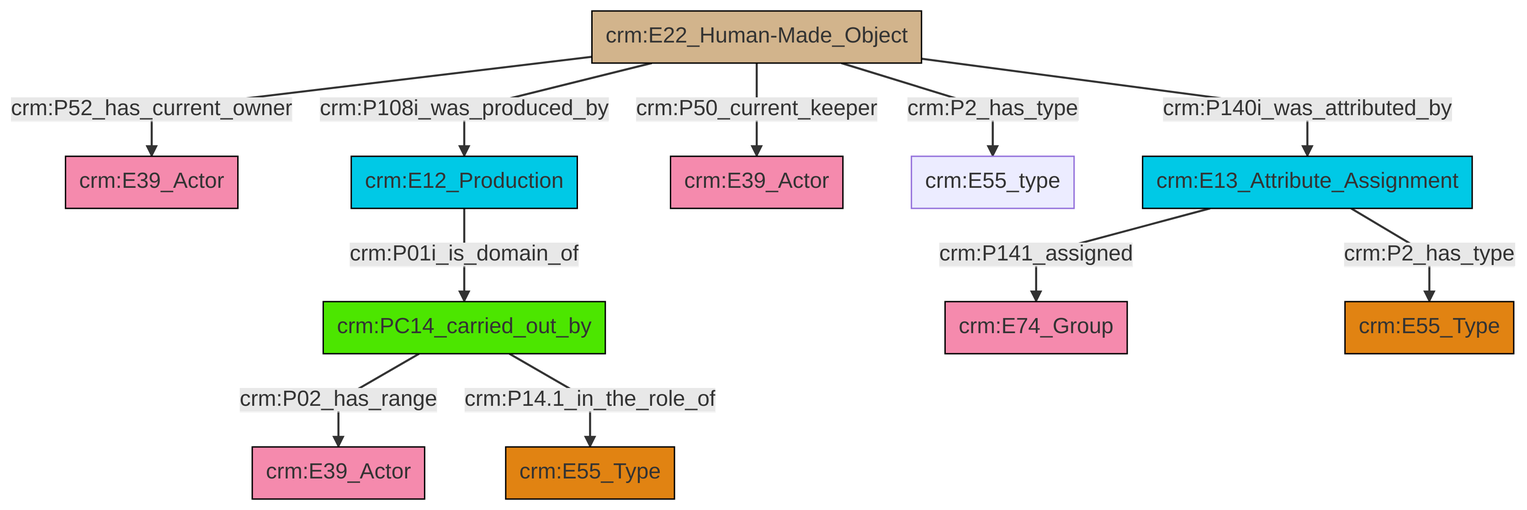
swiss-art-research-net/reference-data-models keeps this Mermaid diagram as et/artworkCSV/ttl/mmd/png/Artwork_Actor_Relations.png. Above is the earlier version. Its source is kept beside it as et/artworkCSV/ttl/mmd/Artwork_Actor_Relations.ttl.mmd. Its diagram source:
```mermaid
graph TD
classDef Literal fill:#f2f2f2,stroke:#000000;
classDef CRM_Entity fill:#FFFFFF,stroke:#000000;
classDef Temporal_Entity fill:#00C9E6, stroke:#000000;
classDef Type fill:#E18312, stroke:#000000;
classDef Time-Span fill:#2C9C91, stroke:#000000;
classDef Appellation fill:#FFEB7F, stroke:#000000;
classDef Place fill:#008836, stroke:#000000;
classDef Persistent_Item fill:#B266B2, stroke:#000000;
classDef Conceptual_Object fill:#FFD700, stroke:#000000;
classDef Physical_Thing fill:#D2B48C, stroke:#000000;
classDef Actor fill:#f58aad, stroke:#000000;
classDef PC_Classes fill:#4ce600, stroke:#000000;
classDef Multi fill:#cccccc,stroke:#000000;

0["crm:E13_Attribute_Assignment"]:::Temporal_Entity -->|crm:P141_assigned| 4["crm:E74_Group"]:::Actor
5["crm:PC14_carried_out_by"]:::PC_Classes -->|crm:P02_has_range| 6["crm:E39_Actor"]:::Actor
14["crm:E22_Human-Made_Object"]:::Physical_Thing -->|crm:P52_has_current_owner| 15["crm:E39_Actor"]:::Actor
5["crm:PC14_carried_out_by"]:::PC_Classes -->|crm:P14.1_in_the_role_of| 8["crm:E55_Type"]:::Type
14["crm:E22_Human-Made_Object"]:::Physical_Thing -->|crm:P108i_was_produced_by| 16["crm:E12_Production"]:::Temporal_Entity
14["crm:E22_Human-Made_Object"]:::Physical_Thing -->|crm:P50_current_keeper| 2["crm:E39_Actor"]:::Actor
14["crm:E22_Human-Made_Object"]:::Physical_Thing -->|crm:P2_has_type| 10["crm:E55_type"]:::Default
14["crm:E22_Human-Made_Object"]:::Physical_Thing -->|crm:P140i_was_attributed_by| 0["crm:E13_Attribute_Assignment"]:::Temporal_Entity
0["crm:E13_Attribute_Assignment"]:::Temporal_Entity -->|crm:P2_has_type| 19["crm:E55_Type"]:::Type
16["crm:E12_Production"]:::Temporal_Entity -->|crm:P01i_is_domain_of| 5["crm:PC14_carried_out_by"]:::PC_Classes
```
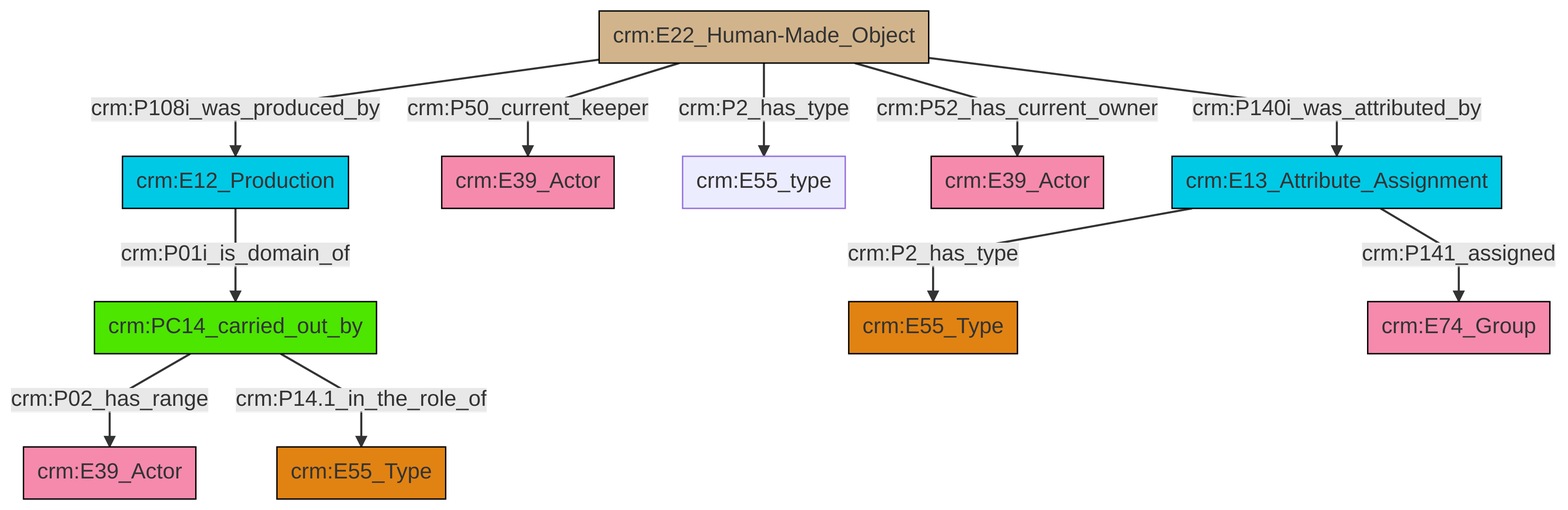
The same diagram one commit later.

What changed in the source:
```diff
@@ -13,13 +13,13 @@
 classDef PC_Classes fill:#4ce600, stroke:#000000;
 classDef Multi fill:#cccccc,stroke:#000000;
 
-0["crm:E13_Attribute_Assignment"]:::Temporal_Entity -->|crm:P141_assigned| 4["crm:E74_Group"]:::Actor
-5["crm:PC14_carried_out_by"]:::PC_Classes -->|crm:P02_has_range| 6["crm:E39_Actor"]:::Actor
-14["crm:E22_Human-Made_Object"]:::Physical_Thing -->|crm:P52_has_current_owner| 15["crm:E39_Actor"]:::Actor
-5["crm:PC14_carried_out_by"]:::PC_Classes -->|crm:P14.1_in_the_role_of| 8["crm:E55_Type"]:::Type
-14["crm:E22_Human-Made_Object"]:::Physical_Thing -->|crm:P108i_was_produced_by| 16["crm:E12_Production"]:::Temporal_Entity
-14["crm:E22_Human-Made_Object"]:::Physical_Thing -->|crm:P50_current_keeper| 2["crm:E39_Actor"]:::Actor
-14["crm:E22_Human-Made_Object"]:::Physical_Thing -->|crm:P2_has_type| 10["crm:E55_type"]:::Default
-14["crm:E22_Human-Made_Object"]:::Physical_Thing -->|crm:P140i_was_attributed_by| 0["crm:E13_Attribute_Assignment"]:::Temporal_Entity
-0["crm:E13_Attribute_Assignment"]:::Temporal_Entity -->|crm:P2_has_type| 19["crm:E55_Type"]:::Type
-16["crm:E12_Production"]:::Temporal_Entity -->|crm:P01i_is_domain_of| 5["crm:PC14_carried_out_by"]:::PC_Classes
+0["crm:E22_Human-Made_Object"]:::Physical_Thing -->|crm:P108i_was_produced_by| 1["crm:E12_Production"]:::Temporal_Entity
+0["crm:E22_Human-Made_Object"]:::Physical_Thing -->|crm:P50_current_keeper| 4["crm:E39_Actor"]:::Actor
+9["crm:E13_Attribute_Assignment"]:::Temporal_Entity -->|crm:P2_has_type| 10["crm:E55_Type"]:::Type
+0["crm:E22_Human-Made_Object"]:::Physical_Thing -->|crm:P2_has_type| 16["crm:E55_type"]:::Default
+9["crm:E13_Attribute_Assignment"]:::Temporal_Entity -->|crm:P141_assigned| 18["crm:E74_Group"]:::Actor
+11["crm:PC14_carried_out_by"]:::PC_Classes -->|crm:P02_has_range| 6["crm:E39_Actor"]:::Actor
+0["crm:E22_Human-Made_Object"]:::Physical_Thing -->|crm:P52_has_current_owner| 2["crm:E39_Actor"]:::Actor
+1["crm:E12_Production"]:::Temporal_Entity -->|crm:P01i_is_domain_of| 11["crm:PC14_carried_out_by"]:::PC_Classes
+11["crm:PC14_carried_out_by"]:::PC_Classes -->|crm:P14.1_in_the_role_of| 14["crm:E55_Type"]:::Type
+0["crm:E22_Human-Made_Object"]:::Physical_Thing -->|crm:P140i_was_attributed_by| 9["crm:E13_Attribute_Assignment"]:::Temporal_Entity
```
